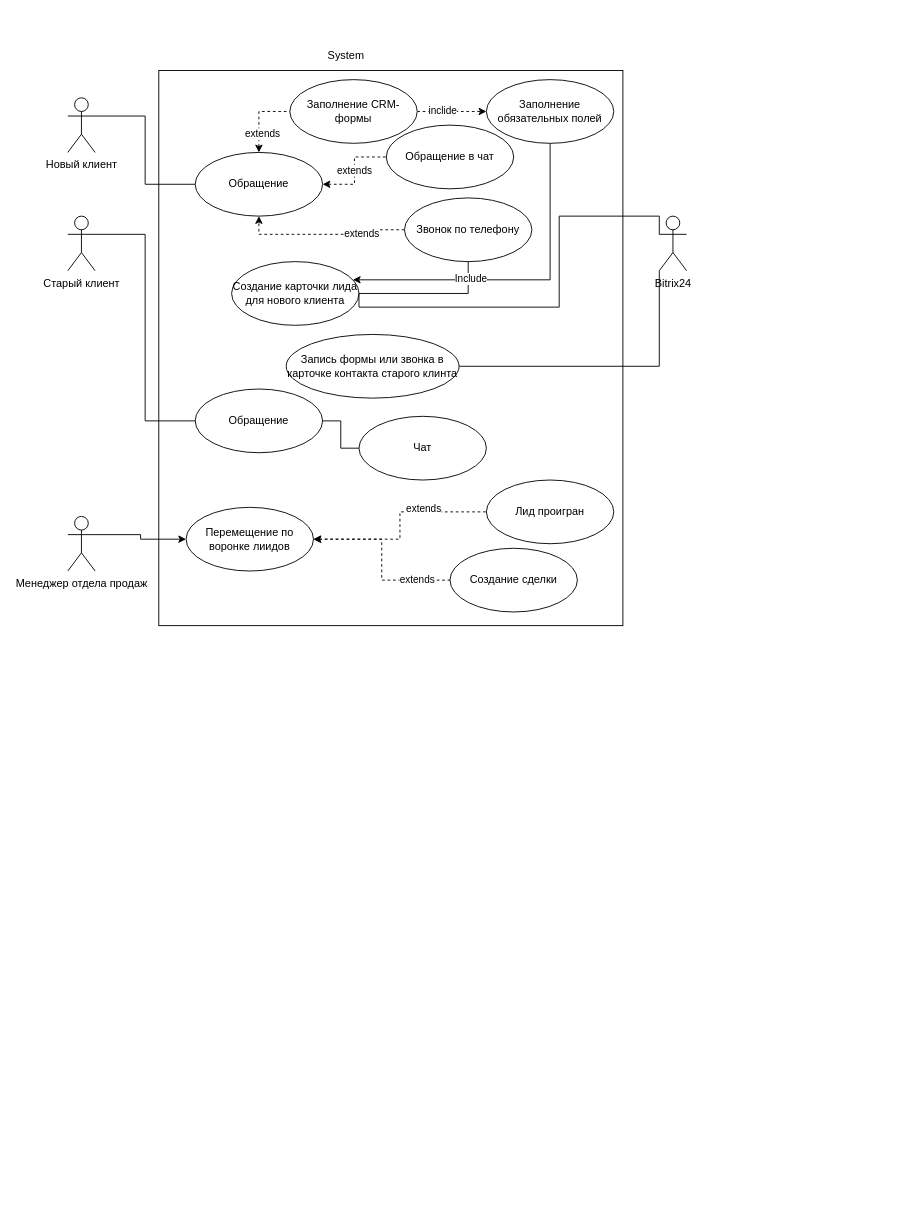
This is UML.drawio from A2ZLawyer/ooplesson1, a draw.io file, before an edit. Source tidied: cells renumbered, new cells numbered last; positions are measured from the earlier drawing's top-left corner, leaving out a move shared by most shapes. Both pictures are drawn from the tidied source at 91%, with x=0, y=0 at pixel (67, 43).
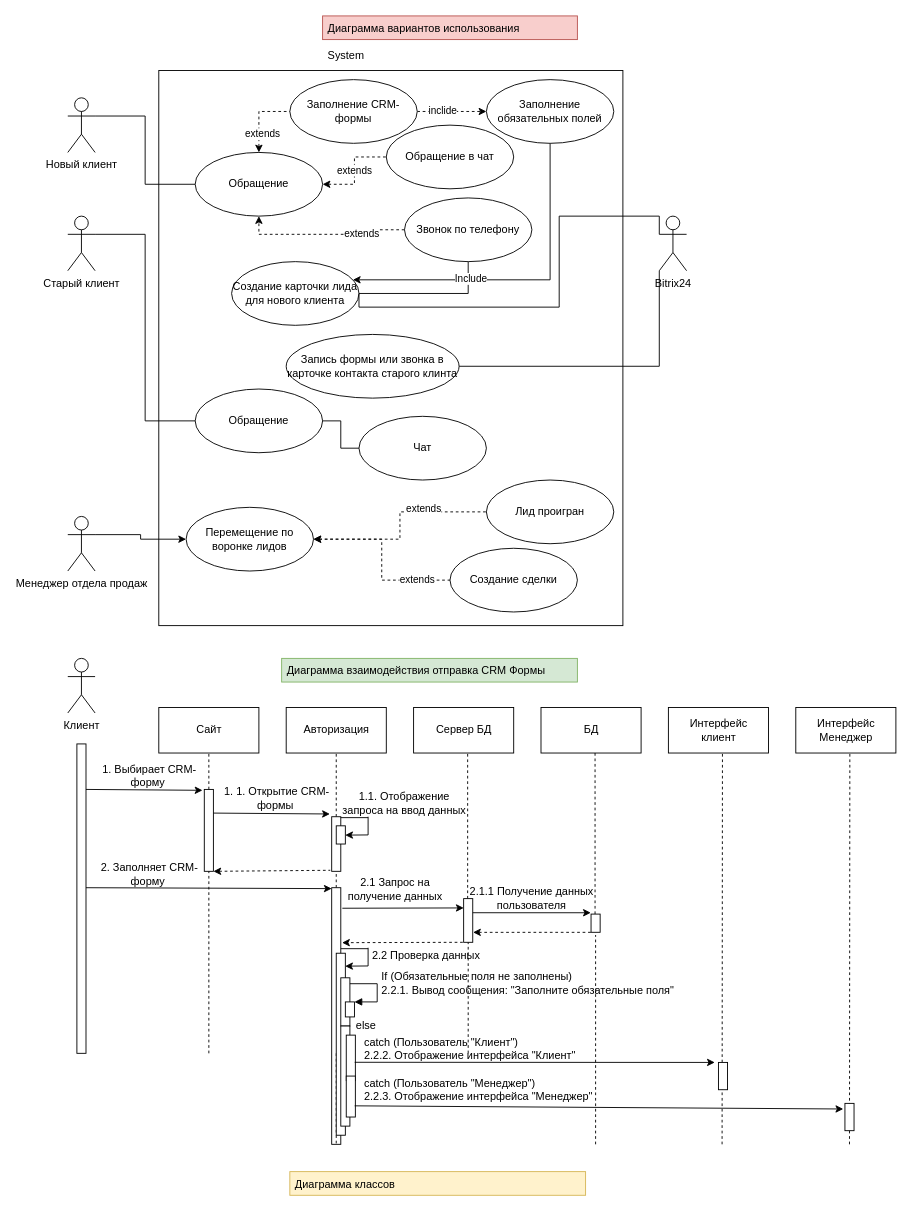
After the change.

The edit, as a diff of the source:
```diff
@@
-    <mxCell id="35" value="Перемещение по воронке лиидов" style="ellipse;whiteSpace=wrap;html=1;" parent="1" vertex="1">
+    <mxCell id="35" value="Перемещение по воронке лидов" style="ellipse;whiteSpace=wrap;html=1;" parent="1" vertex="1">
       <mxGeometry x="130" y="510" width="140" height="70" as="geometry" />
     </mxCell>
@@
+    <mxCell id="40" value="Диаграмма вариантов использования" style="text;strokeColor=#b85450;fillColor=#f8cecc;align=left;verticalAlign=top;spacingLeft=4;spacingRight=4;overflow=hidden;" parent="1" vertex="1">
+      <mxGeometry x="280" y="-30" width="280" height="26" as="geometry" />
+    </mxCell>
+    <mxCell id="41" value="Диаграмма взаимодействия отправка CRM Формы" style="text;strokeColor=#82b366;fillColor=#d5e8d4;align=left;verticalAlign=top;spacingLeft=4;spacingRight=4;overflow=hidden;" parent="1" vertex="1">
+      <mxGeometry x="235" y="676" width="325" height="26" as="geometry" />
+    </mxCell>
+    <mxCell id="42" value="Клиент" style="shape=umlActor;verticalLabelPosition=bottom;verticalAlign=top;html=1;" parent="1" vertex="1">
+      <mxGeometry y="676" width="30" height="60" as="geometry" />
+    </mxCell>
+    <mxCell id="43" style="html=1;perimeter=orthogonalPerimeter;" parent="1" vertex="1">
+      <mxGeometry x="10" y="770" width="10" height="340" as="geometry" />
+    </mxCell>
+    <mxCell id="44" value="Сайт" style="html=1;" parent="1" vertex="1">
+      <mxGeometry x="100" y="730" width="110" height="50" as="geometry" />
+    </mxCell>
+    <mxCell id="45" style="endArrow=none;html=1;rounded=0;dashed=1;entryX=0.5;entryY=1;entryDx=0;entryDy=0;startArrow=none;" parent="1" edge="1" source="46" target="44">
+      <mxGeometry relative="1" as="geometry" />
+    </mxCell>
+    <mxCell id="46" style="html=1;points=[];perimeter=orthogonalPerimeter;" parent="1" vertex="1">
+      <mxGeometry x="150" y="820" width="10" height="90" as="geometry" />
+    </mxCell>
+    <mxCell id="47" style="endArrow=none;html=1;rounded=0;dashed=1;entryX=0.5;entryY=1;entryDx=0;entryDy=0;" parent="1" edge="1" target="46">
+      <mxGeometry relative="1" as="geometry">
+        <mxPoint x="155" y="1110" as="sourcePoint" />
+      </mxGeometry>
+    </mxCell>
+    <mxCell id="48" style="endArrow=classic;html=1;rounded=0;entryX=-0.2;entryY=0.011;entryDx=0;entryDy=0;entryPerimeter=0;" parent="1" edge="1" target="46">
+      <mxGeometry relative="1" as="geometry">
+        <mxPoint x="20" y="820" as="sourcePoint" />
+      </mxGeometry>
+    </mxCell>
+    <mxCell id="49" value="1. Выбирает CRM-форму&amp;nbsp;" style="text;html=1;strokeColor=none;fillColor=none;align=center;verticalAlign=middle;whiteSpace=wrap;rounded=0;" parent="1" vertex="1">
+      <mxGeometry x="20" y="790" width="140" height="30" as="geometry" />
+    </mxCell>
+    <mxCell id="50" style="endArrow=classic;html=1;rounded=0;" parent="1" edge="1">
+      <mxGeometry relative="1" as="geometry">
+        <mxPoint x="20" y="928" as="sourcePoint" />
+        <mxPoint x="290" y="929" as="targetPoint" />
+      </mxGeometry>
+    </mxCell>
+    <mxCell id="51" value="2. Заполняет CRM-форму&amp;nbsp;" style="text;html=1;strokeColor=none;fillColor=none;align=center;verticalAlign=middle;whiteSpace=wrap;rounded=0;" parent="1" vertex="1">
+      <mxGeometry x="20" y="898" width="140" height="30" as="geometry" />
+    </mxCell>
+    <mxCell id="52" value="Авторизация" style="html=1;" parent="1" vertex="1">
+      <mxGeometry x="240" y="730" width="110" height="50" as="geometry" />
+    </mxCell>
+    <mxCell id="53" style="endArrow=classic;html=1;rounded=0;entryX=-0.2;entryY=0.011;entryDx=0;entryDy=0;entryPerimeter=0;" parent="1" edge="1">
+      <mxGeometry relative="1" as="geometry">
+        <mxPoint x="160" y="846" as="sourcePoint" />
+        <mxPoint x="288" y="847" as="targetPoint" />
+      </mxGeometry>
+    </mxCell>
+    <mxCell id="54" value="1. 1. Открытие CRM-формы&amp;nbsp;" style="text;html=1;strokeColor=none;fillColor=none;align=center;verticalAlign=middle;whiteSpace=wrap;rounded=0;" parent="1" vertex="1">
+      <mxGeometry x="160" y="815" width="140" height="30" as="geometry" />
+    </mxCell>
+    <mxCell id="55" style="endArrow=none;html=1;rounded=0;dashed=1;entryX=0.5;entryY=1;entryDx=0;entryDy=0;startArrow=none;" parent="1" edge="1" source="56">
+      <mxGeometry relative="1" as="geometry">
+        <mxPoint x="295" y="780" as="targetPoint" />
+      </mxGeometry>
+    </mxCell>
+    <mxCell id="56" style="html=1;points=[];perimeter=orthogonalPerimeter;" parent="1" vertex="1">
+      <mxGeometry x="290" y="850" width="10" height="60" as="geometry" />
+    </mxCell>
+    <mxCell id="57" style="endArrow=none;html=1;rounded=0;dashed=1;entryX=0.5;entryY=1;entryDx=0;entryDy=0;startArrow=none;" parent="1" edge="1" source="61" target="56">
+      <mxGeometry relative="1" as="geometry" />
+    </mxCell>
+    <mxCell id="58" style="endArrow=none;dashed=1;html=1;rounded=0;entryX=-0.156;entryY=0.981;entryDx=0;entryDy=0;entryPerimeter=0;startArrow=classic;startFill=1;" parent="1" edge="1" target="56">
+      <mxGeometry relative="1" as="geometry">
+        <mxPoint x="160" y="910" as="sourcePoint" />
+      </mxGeometry>
+    </mxCell>
+    <mxCell id="59" value="Сервер БД" style="html=1;" parent="1" vertex="1">
+      <mxGeometry x="380" y="730" width="110" height="50" as="geometry" />
+    </mxCell>
+    <mxCell id="60" style="endArrow=none;html=1;rounded=0;dashed=1;entryX=0.5;entryY=1;entryDx=0;entryDy=0;startArrow=none;" parent="1" edge="1" source="69">
+      <mxGeometry relative="1" as="geometry">
+        <mxPoint x="439.4" y="780" as="targetPoint" />
+      </mxGeometry>
+    </mxCell>
+    <mxCell id="61" style="html=1;points=[];perimeter=orthogonalPerimeter;" parent="1" vertex="1">
+      <mxGeometry x="290" y="928" width="10" height="282" as="geometry" />
+    </mxCell>
+    <mxCell id="62" style="endArrow=none;html=1;rounded=0;dashed=1;entryX=0.5;entryY=1;entryDx=0;entryDy=0;" parent="1" edge="1" target="61">
+      <mxGeometry relative="1" as="geometry">
+        <mxPoint x="295" y="1110" as="sourcePoint" />
+      </mxGeometry>
+    </mxCell>
+    <mxCell id="63" value="БД" style="html=1;" parent="1" vertex="1">
+      <mxGeometry x="520" y="730" width="110" height="50" as="geometry" />
+    </mxCell>
+    <mxCell id="64" style="endArrow=none;html=1;rounded=0;dashed=1;entryX=0.5;entryY=1;entryDx=0;entryDy=0;startArrow=none;" parent="1" edge="1" source="77">
+      <mxGeometry relative="1" as="geometry">
+        <mxPoint x="579.4" y="780" as="targetPoint" />
+      </mxGeometry>
+    </mxCell>
+    <mxCell id="65" value="Интерфейс &lt;br&gt;клиент" style="html=1;" parent="1" vertex="1">
+      <mxGeometry x="660" y="730" width="110" height="50" as="geometry" />
+    </mxCell>
+    <mxCell id="66" style="endArrow=none;html=1;rounded=0;dashed=1;entryX=0.5;entryY=1;entryDx=0;entryDy=0;startArrow=none;" parent="1" edge="1">
+      <mxGeometry relative="1" as="geometry">
+        <mxPoint x="719" y="1210" as="sourcePoint" />
+        <mxPoint x="719.4" y="780" as="targetPoint" />
+      </mxGeometry>
+    </mxCell>
+    <mxCell id="67" value="Интерфейс &lt;br&gt;Менеджер" style="html=1;" parent="1" vertex="1">
+      <mxGeometry x="800" y="730" width="110" height="50" as="geometry" />
+    </mxCell>
+    <mxCell id="68" style="endArrow=none;html=1;rounded=0;dashed=1;entryX=0.5;entryY=1;entryDx=0;entryDy=0;startArrow=none;" parent="1" edge="1">
+      <mxGeometry relative="1" as="geometry">
+        <mxPoint x="859" y="1210" as="sourcePoint" />
+        <mxPoint x="859.4" y="780" as="targetPoint" />
+      </mxGeometry>
+    </mxCell>
+    <mxCell id="69" style="html=1;points=[];perimeter=orthogonalPerimeter;" parent="1" vertex="1">
+      <mxGeometry x="435" y="940" width="10" height="48" as="geometry" />
+    </mxCell>
+    <mxCell id="70" style="endArrow=none;html=1;rounded=0;dashed=1;entryX=0.5;entryY=1;entryDx=0;entryDy=0;startArrow=none;" parent="1" edge="1" target="69">
+      <mxGeometry relative="1" as="geometry">
+        <mxPoint x="440" y="1110" as="sourcePoint" />
+      </mxGeometry>
+    </mxCell>
+    <mxCell id="71" value="2.1 Запрос на получение данных" style="text;html=1;strokeColor=none;fillColor=none;align=center;verticalAlign=middle;whiteSpace=wrap;rounded=0;" parent="1" vertex="1">
+      <mxGeometry x="290" y="915" width="140" height="30" as="geometry" />
+    </mxCell>
+    <mxCell id="72" style="html=1;points=[];perimeter=orthogonalPerimeter;" parent="1" vertex="1">
+      <mxGeometry x="295" y="860" width="10" height="20" as="geometry" />
+    </mxCell>
+    <mxCell id="73" style="endArrow=classic;html=1;rounded=0;entryX=0.985;entryY=0.511;entryDx=0;entryDy=0;entryPerimeter=0;" parent="1" edge="1" target="72">
+      <mxGeometry relative="1" as="geometry">
+        <mxPoint x="330" y="870" as="sourcePoint" />
+      </mxGeometry>
+    </mxCell>
+    <mxCell id="74" style="endArrow=none;html=1;rounded=0;" parent="1" edge="1">
+      <mxGeometry relative="1" as="geometry">
+        <mxPoint x="330" y="870" as="sourcePoint" />
+        <mxPoint x="330" y="850" as="targetPoint" />
+      </mxGeometry>
+    </mxCell>
+    <mxCell id="75" style="endArrow=none;html=1;rounded=0;" parent="1" edge="1">
+      <mxGeometry relative="1" as="geometry">
+        <mxPoint x="300" y="851" as="sourcePoint" />
+        <mxPoint x="330" y="851" as="targetPoint" />
+      </mxGeometry>
+    </mxCell>
+    <mxCell id="76" value="1.1. Отображение запроса на ввод данных" style="text;html=1;strokeColor=none;fillColor=none;align=center;verticalAlign=middle;whiteSpace=wrap;rounded=0;" parent="1" vertex="1">
+      <mxGeometry x="300" y="820" width="140" height="30" as="geometry" />
+    </mxCell>
+    <mxCell id="77" style="html=1;points=[];perimeter=orthogonalPerimeter;" parent="1" vertex="1">
+      <mxGeometry x="575" y="957" width="10" height="20" as="geometry" />
+    </mxCell>
+    <mxCell id="78" style="endArrow=none;html=1;rounded=0;dashed=1;startArrow=none;" parent="1" edge="1">
+      <mxGeometry relative="1" as="geometry">
+        <mxPoint x="580" y="1210" as="sourcePoint" />
+        <mxPoint x="580" y="980" as="targetPoint" />
+      </mxGeometry>
+    </mxCell>
+    <mxCell id="79" style="endArrow=classic;html=1;rounded=0;exitX=1.171;exitY=0.08;exitDx=0;exitDy=0;exitPerimeter=0;entryX=0.01;entryY=0.213;entryDx=0;entryDy=0;entryPerimeter=0;" parent="1" edge="1" source="61" target="69">
+      <mxGeometry relative="1" as="geometry" />
+    </mxCell>
+    <mxCell id="80" value="2.1.1 Получение данных пользователя" style="text;html=1;strokeColor=none;fillColor=none;align=center;verticalAlign=middle;whiteSpace=wrap;rounded=0;" parent="1" vertex="1">
+      <mxGeometry x="440" y="925" width="140" height="30" as="geometry" />
+    </mxCell>
+    <mxCell id="81" style="endArrow=classic;html=1;rounded=0;exitX=1.241;exitY=0.125;exitDx=0;exitDy=0;exitPerimeter=0;entryX=-0.027;entryY=-0.074;entryDx=0;entryDy=0;entryPerimeter=0;" parent="1" edge="1" target="77">
+      <mxGeometry relative="1" as="geometry">
+        <mxPoint x="445" y="955.5" as="sourcePoint" />
+      </mxGeometry>
+    </mxCell>
+    <mxCell id="82" style="endArrow=classic;html=1;rounded=0;exitX=-0.027;exitY=1.002;exitDx=0;exitDy=0;exitPerimeter=0;entryX=1.034;entryY=0.772;entryDx=0;entryDy=0;entryPerimeter=0;dashed=1;" parent="1" edge="1" source="77" target="69">
+      <mxGeometry relative="1" as="geometry" />
+    </mxCell>
+    <mxCell id="83" style="endArrow=classic;html=1;rounded=0;exitX=-0.088;exitY=0.792;exitDx=0;exitDy=0;exitPerimeter=0;entryX=1.144;entryY=0.277;entryDx=0;entryDy=0;entryPerimeter=0;dashed=1;" parent="1" edge="1">
+      <mxGeometry relative="1" as="geometry">
+        <mxPoint x="434.1" y="988" as="sourcePoint" />
+        <mxPoint x="301.4" y="988.4" as="targetPoint" />
+      </mxGeometry>
+    </mxCell>
+    <mxCell id="84" style="html=1;perimeter=orthogonalPerimeter;" parent="1" vertex="1">
+      <mxGeometry x="295" y="1000" width="10" height="200" as="geometry" />
+    </mxCell>
+    <mxCell id="85" value="2.2 Проверка данных" style="text;html=1;strokeColor=none;fillColor=none;align=center;verticalAlign=middle;whiteSpace=wrap;rounded=0;" parent="1" vertex="1">
+      <mxGeometry x="324" y="988" width="140" height="30" as="geometry" />
+    </mxCell>
+    <mxCell id="86" style="html=1;perimeter=orthogonalPerimeter;fillStyle=solid;fillColor=default;gradientColor=none;" parent="1" vertex="1">
+      <mxGeometry x="300" y="1027" width="10" height="53" as="geometry" />
+    </mxCell>
+    <mxCell id="87" style="endArrow=classic;html=1;rounded=0;entryX=0.985;entryY=0.511;entryDx=0;entryDy=0;entryPerimeter=0;" parent="1" edge="1">
+      <mxGeometry relative="1" as="geometry">
+        <mxPoint x="330" y="1014" as="sourcePoint" />
+        <mxPoint x="304.8" y="1014.2" as="targetPoint" />
+      </mxGeometry>
+    </mxCell>
+    <mxCell id="88" style="endArrow=none;html=1;rounded=0;" parent="1" edge="1">
+      <mxGeometry relative="1" as="geometry">
+        <mxPoint x="330" y="1014" as="sourcePoint" />
+        <mxPoint x="330" y="994" as="targetPoint" />
+      </mxGeometry>
+    </mxCell>
+    <mxCell id="89" style="endArrow=none;html=1;rounded=0;" parent="1" edge="1">
+      <mxGeometry relative="1" as="geometry">
+        <mxPoint x="300" y="995" as="sourcePoint" />
+        <mxPoint x="330" y="995" as="targetPoint" />
+      </mxGeometry>
+    </mxCell>
+    <mxCell id="90" style="html=1;points=[];perimeter=orthogonalPerimeter;fillStyle=solid;fillColor=default;gradientColor=none;" parent="1" vertex="1">
+      <mxGeometry x="305" y="1053.5" width="10" height="16.5" as="geometry" />
+    </mxCell>
+    <mxCell id="91" style="edgeStyle=orthogonalEdgeStyle;html=1;align=left;spacingLeft=2;endArrow=block;rounded=0;entryX=1;entryY=0;" parent="1" edge="1" target="90">
+      <mxGeometry relative="1" as="geometry">
+        <mxPoint x="310" y="1033.5" as="sourcePoint" />
+        <Array as="points">
+          <mxPoint x="340" y="1033.5" />
+        </Array>
+      </mxGeometry>
+    </mxCell>
+    <mxCell id="92" value="If (Обязательные поля не заполнены)&lt;br&gt;2.2.1. Вывод сообщения: &quot;Заполните обязательные поля&quot;&amp;nbsp;" style="text;html=1;strokeColor=none;fillColor=none;align=left;verticalAlign=middle;whiteSpace=wrap;rounded=0;" parent="1" vertex="1">
+      <mxGeometry x="343" y="1018" width="387" height="30" as="geometry" />
+    </mxCell>
+    <mxCell id="93" style="html=1;perimeter=orthogonalPerimeter;fillStyle=solid;fillColor=default;gradientColor=none;" parent="1" vertex="1">
+      <mxGeometry x="300" y="1080" width="10" height="110" as="geometry" />
+    </mxCell>
+    <mxCell id="94" value="else" style="text;html=1;strokeColor=none;fillColor=none;align=left;verticalAlign=middle;whiteSpace=wrap;rounded=0;" parent="1" vertex="1">
+      <mxGeometry x="315" y="1065" width="35" height="30" as="geometry" />
+    </mxCell>
+    <mxCell id="95" style="html=1;points=[];perimeter=orthogonalPerimeter;fillStyle=solid;fillColor=default;gradientColor=none;" parent="1" vertex="1">
+      <mxGeometry x="306" y="1090" width="10" height="50" as="geometry" />
+    </mxCell>
+    <mxCell id="96" value="catch (Пользователь &quot;Клиент&quot;)&lt;br&gt;2.2.2. Отображение интерфейса &quot;Клиент&quot;&amp;nbsp;" style="text;html=1;strokeColor=none;fillColor=none;align=left;verticalAlign=middle;whiteSpace=wrap;rounded=0;" parent="1" vertex="1">
+      <mxGeometry x="324" y="1090" width="387" height="30" as="geometry" />
+    </mxCell>
+    <mxCell id="97" style="html=1;points=[];perimeter=orthogonalPerimeter;fillStyle=solid;fillColor=default;gradientColor=none;" parent="1" vertex="1">
+      <mxGeometry x="306" y="1135" width="10" height="45" as="geometry" />
+    </mxCell>
+    <mxCell id="98" value="catch (Пользователь &quot;Менеджер&quot;)&lt;br&gt;2.2.3. Отображение интерфейса &quot;Менеджер&quot;&amp;nbsp;" style="text;html=1;strokeColor=none;fillColor=none;align=left;verticalAlign=middle;whiteSpace=wrap;rounded=0;" parent="1" vertex="1">
+      <mxGeometry x="324" y="1135" width="387" height="30" as="geometry" />
+    </mxCell>
+    <mxCell id="99" style="html=1;perimeter=orthogonalPerimeter;" parent="1" vertex="1">
+      <mxGeometry x="715" y="1120" width="10" height="30" as="geometry" />
+    </mxCell>
+    <mxCell id="100" style="html=1;points=[];perimeter=orthogonalPerimeter;" parent="1" vertex="1">
+      <mxGeometry x="854" y="1165" width="10" height="30" as="geometry" />
+    </mxCell>
+    <mxCell id="101" style="endArrow=classic;html=1;rounded=0;exitX=0.926;exitY=0.597;exitDx=0;exitDy=0;exitPerimeter=0;entryX=1;entryY=1;entryDx=0;entryDy=0;" parent="1" edge="1" source="95" target="96">
+      <mxGeometry relative="1" as="geometry" />
+    </mxCell>
+    <mxCell id="102" style="endArrow=classic;html=1;rounded=0;exitX=0.926;exitY=0.727;exitDx=0;exitDy=0;exitPerimeter=0;entryX=-0.183;entryY=0.206;entryDx=0;entryDy=0;entryPerimeter=0;" parent="1" edge="1" source="97" target="100">
+      <mxGeometry relative="1" as="geometry" />
+    </mxCell>
+    <mxCell id="103" value="Диаграмма классов" style="text;strokeColor=#d6b656;fillColor=#fff2cc;align=left;verticalAlign=top;spacingLeft=4;spacingRight=4;overflow=hidden;" parent="1" vertex="1">
+      <mxGeometry x="244" y="1240" width="325" height="26" as="geometry" />
+    </mxCell>
```
